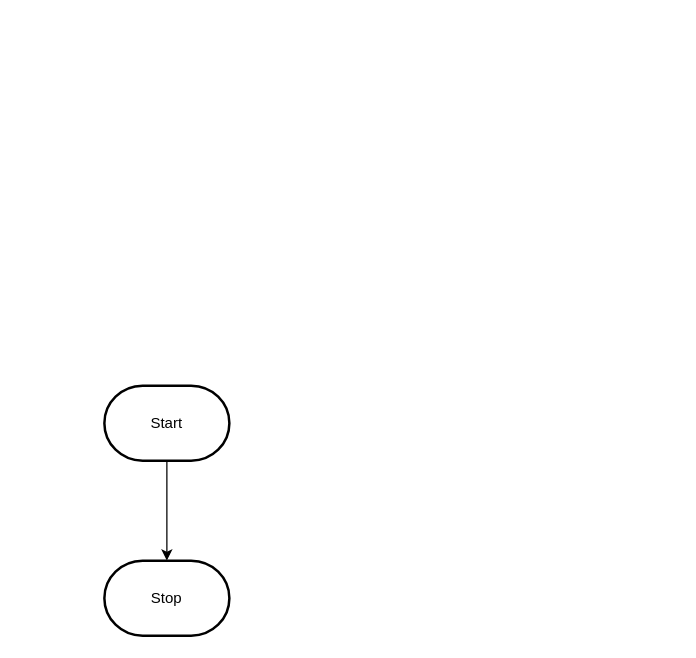
This is design/flowchart.drawio from MTHS-ICD2O-1-2024/ICD2O-Unit-5-03-peter-zerbinos, a draw.io file, before an edit. Source tidied: cells renumbered, new cells numbered last; positions are measured from the earlier drawing's top-left corner, leaving out a move shared by most shapes. Both pictures are drawn from the tidied source at 125%, with x=0, y=0 at pixel (104, 385).
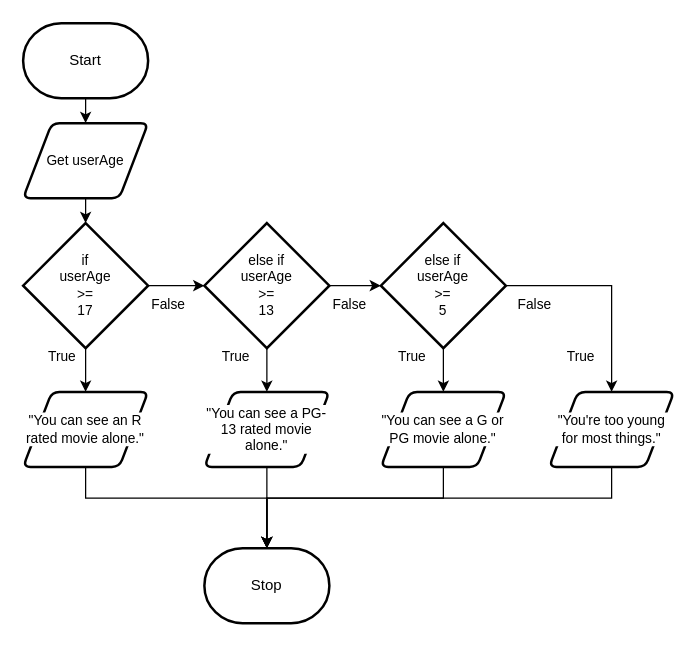
After the change.

What changed in the source:
```diff
@@
-    <mxCell id="2" style="edgeStyle=orthogonalEdgeStyle;html=1;rounded=0;" parent="1" edge="1" source="3" target="4">
-      <mxGeometry relative="1" as="geometry" />
-    </mxCell>
+    <mxCell id="5" style="edgeStyle=orthogonalEdgeStyle;shape=connector;rounded=0;html=1;exitX=0.5;exitY=1;exitDx=0;exitDy=0;exitPerimeter=0;entryX=0.5;entryY=0;entryDx=0;entryDy=0;strokeColor=default;align=center;verticalAlign=middle;fontFamily=Helvetica;fontSize=11;fontColor=default;labelBackgroundColor=default;endArrow=classic;" parent="1" edge="1" source="3" target="11">
+      <mxGeometry relative="1" as="geometry" />
+    </mxCell>
     <mxCell id="3" value="Start" style="strokeWidth=2;html=1;shape=mxgraph.flowchart.terminator;whiteSpace=wrap;" parent="1" vertex="1">
-      <mxGeometry width="100" height="60" as="geometry" />
+      <mxGeometry x="-65" y="-290" width="100" height="60" as="geometry" />
     </mxCell>
+    <mxCell id="6" style="edgeStyle=orthogonalEdgeStyle;shape=connector;rounded=0;html=1;exitX=0.5;exitY=1;exitDx=0;exitDy=0;exitPerimeter=0;strokeColor=default;align=center;verticalAlign=middle;fontFamily=Helvetica;fontSize=11;fontColor=default;labelBackgroundColor=default;endArrow=classic;entryX=0.5;entryY=0;entryDx=0;entryDy=0;" parent="1" edge="1" source="8" target="13">
+      <mxGeometry relative="1" as="geometry" />
+    </mxCell>
+    <mxCell id="7" style="edgeStyle=none;html=1;exitX=1;exitY=0.5;exitDx=0;exitDy=0;exitPerimeter=0;entryX=0;entryY=0.5;entryDx=0;entryDy=0;entryPerimeter=0;" parent="1" edge="1" source="8" target="16">
+      <mxGeometry relative="1" as="geometry" />
+    </mxCell>
+    <mxCell id="8" value="if&lt;div&gt;userAge&lt;/div&gt;&lt;div&gt;&amp;gt;=&lt;/div&gt;&lt;div&gt;17&lt;/div&gt;" style="strokeWidth=2;html=1;shape=mxgraph.flowchart.decision;whiteSpace=wrap;fontFamily=Helvetica;fontSize=11;fontColor=default;labelBackgroundColor=default;" parent="1" vertex="1">
+      <mxGeometry x="-65" y="-130" width="100" height="100" as="geometry" />
+    </mxCell>
+    <mxCell id="9" value="False" style="text;html=1;align=center;verticalAlign=middle;strokeColor=none;fillColor=none;fontFamily=Helvetica;fontSize=11;fontColor=default;labelBackgroundColor=default;" parent="1" vertex="1">
+      <mxGeometry x="25.8" y="-80" width="50" height="30" as="geometry" />
+    </mxCell>
+    <mxCell id="10" value="True" style="text;html=1;align=center;verticalAlign=middle;strokeColor=none;fillColor=none;fontFamily=Helvetica;fontSize=11;fontColor=default;labelBackgroundColor=default;" parent="1" vertex="1">
+      <mxGeometry x="-59" y="-38" width="50" height="30" as="geometry" />
+    </mxCell>
+    <mxCell id="11" value="Get userAge" style="shape=parallelogram;html=1;strokeWidth=2;perimeter=parallelogramPerimeter;whiteSpace=wrap;rounded=1;arcSize=12;size=0.23;fontFamily=Helvetica;fontSize=11;fontColor=default;labelBackgroundColor=default;" parent="1" vertex="1">
+      <mxGeometry x="-65" y="-210" width="100" height="60" as="geometry" />
+    </mxCell>
     <mxCell id="4" value="Stop" style="strokeWidth=2;html=1;shape=mxgraph.flowchart.terminator;whiteSpace=wrap;" parent="1" vertex="1">
-      <mxGeometry y="140" width="100" height="60" as="geometry" />
+      <mxGeometry x="80" y="130" width="100" height="60" as="geometry" />
     </mxCell>
+    <mxCell id="12" style="edgeStyle=orthogonalEdgeStyle;shape=connector;rounded=0;html=1;exitX=0.5;exitY=1;exitDx=0;exitDy=0;entryX=0.5;entryY=0;entryDx=0;entryDy=0;entryPerimeter=0;strokeColor=default;align=center;verticalAlign=middle;fontFamily=Helvetica;fontSize=11;fontColor=default;labelBackgroundColor=default;endArrow=classic;" parent="1" edge="1" source="11" target="8">
+      <mxGeometry relative="1" as="geometry" />
+    </mxCell>
+    <mxCell id="13" value="&quot;You can see an R rated movie alone.&quot;" style="shape=parallelogram;html=1;strokeWidth=2;perimeter=parallelogramPerimeter;whiteSpace=wrap;rounded=1;arcSize=12;size=0.23;fontFamily=Helvetica;fontSize=11;fontColor=default;labelBackgroundColor=default;" parent="1" vertex="1">
+      <mxGeometry x="-65" y="5" width="100" height="60" as="geometry" />
+    </mxCell>
+    <mxCell id="14" style="edgeStyle=orthogonalEdgeStyle;shape=connector;rounded=0;html=1;exitX=0.5;exitY=1;exitDx=0;exitDy=0;exitPerimeter=0;entryX=0.5;entryY=0;entryDx=0;entryDy=0;strokeColor=default;align=center;verticalAlign=middle;fontFamily=Helvetica;fontSize=11;fontColor=default;labelBackgroundColor=default;endArrow=classic;" parent="1" edge="1" source="16" target="19">
+      <mxGeometry relative="1" as="geometry" />
+    </mxCell>
+    <mxCell id="15" style="edgeStyle=none;html=1;exitX=1;exitY=0.5;exitDx=0;exitDy=0;exitPerimeter=0;entryX=0;entryY=0.5;entryDx=0;entryDy=0;entryPerimeter=0;" parent="1" edge="1" source="16" target="22">
+      <mxGeometry relative="1" as="geometry" />
+    </mxCell>
+    <mxCell id="16" value="else if&lt;div&gt;userAge&lt;/div&gt;&lt;div&gt;&amp;gt;=&lt;/div&gt;&lt;div&gt;13&lt;/div&gt;" style="strokeWidth=2;html=1;shape=mxgraph.flowchart.decision;whiteSpace=wrap;fontFamily=Helvetica;fontSize=11;fontColor=default;labelBackgroundColor=default;" parent="1" vertex="1">
+      <mxGeometry x="80" y="-130" width="100" height="100" as="geometry" />
+    </mxCell>
+    <mxCell id="17" value="False" style="text;html=1;align=center;verticalAlign=middle;strokeColor=none;fillColor=none;fontFamily=Helvetica;fontSize=11;fontColor=default;labelBackgroundColor=default;" parent="1" vertex="1">
+      <mxGeometry x="171.2" y="-80" width="50" height="30" as="geometry" />
+    </mxCell>
+    <mxCell id="18" value="True" style="text;html=1;align=center;verticalAlign=middle;strokeColor=none;fillColor=none;fontFamily=Helvetica;fontSize=11;fontColor=default;labelBackgroundColor=default;" parent="1" vertex="1">
+      <mxGeometry x="80" y="-38" width="50" height="30" as="geometry" />
+    </mxCell>
+    <mxCell id="19" value="&quot;You can see a PG-13 rated movie alone.&quot;" style="shape=parallelogram;html=1;strokeWidth=2;perimeter=parallelogramPerimeter;whiteSpace=wrap;rounded=1;arcSize=12;size=0.23;fontFamily=Helvetica;fontSize=11;fontColor=default;labelBackgroundColor=default;" parent="1" vertex="1">
+      <mxGeometry x="80" y="5" width="100" height="60" as="geometry" />
+    </mxCell>
+    <mxCell id="20" style="edgeStyle=orthogonalEdgeStyle;shape=connector;rounded=0;html=1;exitX=1;exitY=0.5;exitDx=0;exitDy=0;exitPerimeter=0;strokeColor=default;align=center;verticalAlign=middle;fontFamily=Helvetica;fontSize=11;fontColor=default;labelBackgroundColor=default;endArrow=classic;entryX=0.5;entryY=0;entryDx=0;entryDy=0;" parent="1" edge="1" source="22" target="27">
+      <mxGeometry relative="1" as="geometry">
+        <Array as="points">
+          <mxPoint x="405.8" y="-80" />
+        </Array>
+      </mxGeometry>
+    </mxCell>
+    <mxCell id="21" style="edgeStyle=orthogonalEdgeStyle;shape=connector;rounded=0;html=1;exitX=0.5;exitY=1;exitDx=0;exitDy=0;exitPerimeter=0;strokeColor=default;align=center;verticalAlign=middle;fontFamily=Helvetica;fontSize=11;fontColor=default;labelBackgroundColor=default;endArrow=classic;entryX=0.5;entryY=0;entryDx=0;entryDy=0;" parent="1" edge="1" source="22" target="25">
+      <mxGeometry relative="1" as="geometry" />
+    </mxCell>
+    <mxCell id="22" value="else if&lt;div&gt;userAge&lt;/div&gt;&lt;div&gt;&amp;gt;=&lt;/div&gt;&lt;div&gt;5&lt;/div&gt;" style="strokeWidth=2;html=1;shape=mxgraph.flowchart.decision;whiteSpace=wrap;fontFamily=Helvetica;fontSize=11;fontColor=default;labelBackgroundColor=default;" parent="1" vertex="1">
+      <mxGeometry x="221.2" y="-130" width="100" height="100" as="geometry" />
+    </mxCell>
+    <mxCell id="23" value="False" style="text;html=1;align=center;verticalAlign=middle;strokeColor=none;fillColor=none;fontFamily=Helvetica;fontSize=11;fontColor=default;labelBackgroundColor=default;" parent="1" vertex="1">
+      <mxGeometry x="318.5" y="-80" width="50" height="30" as="geometry" />
+    </mxCell>
+    <mxCell id="24" value="True" style="text;html=1;align=center;verticalAlign=middle;strokeColor=none;fillColor=none;fontFamily=Helvetica;fontSize=11;fontColor=default;labelBackgroundColor=default;" parent="1" vertex="1">
+      <mxGeometry x="221.2" y="-38" width="50" height="30" as="geometry" />
+    </mxCell>
+    <mxCell id="25" value="&quot;You can see a G or PG movie alone.&quot;" style="shape=parallelogram;html=1;strokeWidth=2;perimeter=parallelogramPerimeter;whiteSpace=wrap;rounded=1;arcSize=12;size=0.23;fontFamily=Helvetica;fontSize=11;fontColor=default;labelBackgroundColor=default;" parent="1" vertex="1">
+      <mxGeometry x="221.2" y="5" width="100" height="60" as="geometry" />
+    </mxCell>
+    <mxCell id="26" style="edgeStyle=orthogonalEdgeStyle;html=1;exitX=0.5;exitY=1;exitDx=0;exitDy=0;entryX=0.5;entryY=0;entryDx=0;entryDy=0;entryPerimeter=0;rounded=0;" parent="1" edge="1" source="27" target="4">
+      <mxGeometry relative="1" as="geometry">
+        <Array as="points">
+          <mxPoint x="405.8" y="90" />
+          <mxPoint x="129.8" y="90" />
+        </Array>
+      </mxGeometry>
+    </mxCell>
+    <mxCell id="27" value="&quot;You're too young for most things.&quot;" style="shape=parallelogram;html=1;strokeWidth=2;perimeter=parallelogramPerimeter;whiteSpace=wrap;rounded=1;arcSize=12;size=0.23;fontFamily=Helvetica;fontSize=11;fontColor=default;labelBackgroundColor=default;" parent="1" vertex="1">
+      <mxGeometry x="355.8" y="5" width="100" height="60" as="geometry" />
+    </mxCell>
+    <mxCell id="28" style="edgeStyle=orthogonalEdgeStyle;shape=connector;rounded=0;html=1;exitX=0.5;exitY=1;exitDx=0;exitDy=0;entryX=0.5;entryY=0;entryDx=0;entryDy=0;entryPerimeter=0;strokeColor=default;align=center;verticalAlign=middle;fontFamily=Helvetica;fontSize=11;fontColor=default;labelBackgroundColor=default;endArrow=classic;" parent="1" edge="1" source="13" target="4">
+      <mxGeometry relative="1" as="geometry">
+        <Array as="points">
+          <mxPoint x="-15.2" y="90" />
+          <mxPoint x="129.8" y="90" />
+        </Array>
+      </mxGeometry>
+    </mxCell>
+    <mxCell id="29" style="edgeStyle=orthogonalEdgeStyle;shape=connector;rounded=0;html=1;exitX=0.5;exitY=1;exitDx=0;exitDy=0;entryX=0.5;entryY=0;entryDx=0;entryDy=0;entryPerimeter=0;strokeColor=default;align=center;verticalAlign=middle;fontFamily=Helvetica;fontSize=11;fontColor=default;labelBackgroundColor=default;endArrow=classic;" parent="1" edge="1" source="19" target="4">
+      <mxGeometry relative="1" as="geometry" />
+    </mxCell>
+    <mxCell id="30" style="edgeStyle=orthogonalEdgeStyle;shape=connector;rounded=0;html=1;exitX=0.5;exitY=1;exitDx=0;exitDy=0;entryX=0.5;entryY=0;entryDx=0;entryDy=0;entryPerimeter=0;strokeColor=default;align=center;verticalAlign=middle;fontFamily=Helvetica;fontSize=11;fontColor=default;labelBackgroundColor=default;endArrow=classic;" parent="1" edge="1" source="25" target="4">
+      <mxGeometry relative="1" as="geometry">
+        <Array as="points">
+          <mxPoint x="271.8" y="90" />
+          <mxPoint x="129.8" y="90" />
+        </Array>
+      </mxGeometry>
+    </mxCell>
+    <mxCell id="31" value="True" style="text;html=1;align=center;verticalAlign=middle;strokeColor=none;fillColor=none;fontFamily=Helvetica;fontSize=11;fontColor=default;labelBackgroundColor=default;" parent="1" vertex="1">
+      <mxGeometry x="355.8" y="-38" width="50" height="30" as="geometry" />
+    </mxCell>
```
